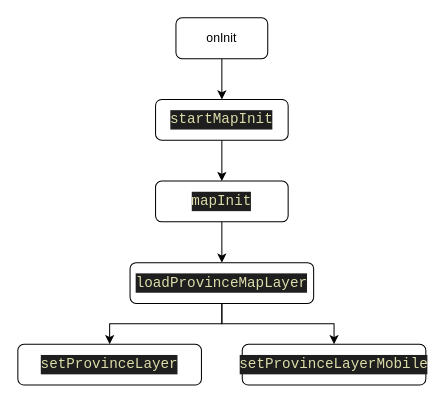
mitgaming/drawio keeps this draw.io diagram as province-mode.drawio. Above is the earlier version. Source tidied: cells renumbered, new cells numbered last; positions are measured from the earlier drawing's top-left corner, leaving out a move shared by most shapes. Both pictures are drawn from the tidied source at 102%, with x=0, y=0 at pixel (17, 17).
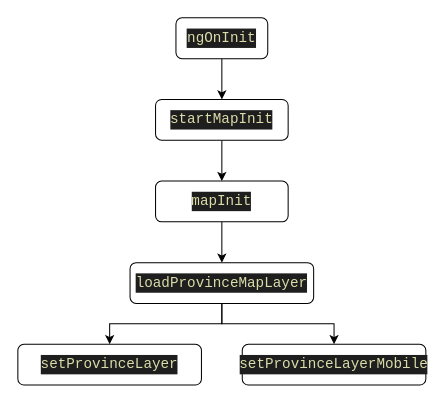
The same diagram, later.

Commit message (it also covers changes not shown here):
Cập nhật province-mode.drawio

Change to the diagram source:
```diff
@@
 <mxGraphModel>
   <root>
     <mxCell id="0" />
     <mxCell id="1" parent="0" />
     <mxCell id="2" style="edgeStyle=orthogonalEdgeStyle;rounded=0;jettySize=auto;html=1;entryX=0.5;entryY=0;entryDx=0;entryDy=0;" parent="1" edge="1" source="3" target="5">
       <mxGeometry relative="1" as="geometry" />
     </mxCell>
-    <mxCell id="3" value="onInit" style="rounded=1;whiteSpace=wrap;html=1;" parent="1" vertex="1">
+    <mxCell id="3" value="&lt;div style=&quot;color: rgb(212 , 212 , 212) ; background-color: rgb(30 , 30 , 30) ; font-family: &amp;#34;consolas&amp;#34; , &amp;#34;courier new&amp;#34; , monospace ; font-size: 14px ; line-height: 19px&quot;&gt;&lt;span style=&quot;color: #dcdcaa&quot;&gt;ngOnInit&lt;/span&gt;&lt;/div&gt;" style="rounded=1;whiteSpace=wrap;html=1;" parent="1" vertex="1">
       <mxGeometry x="155" width="90" height="40" as="geometry" />
     </mxCell>
     <mxCell id="4" style="edgeStyle=orthogonalEdgeStyle;rounded=0;jettySize=auto;html=1;entryX=0.5;entryY=0;entryDx=0;entryDy=0;" parent="1" edge="1" source="5" target="7">
       <mxGeometry relative="1" as="geometry" />
     </mxCell>
     <mxCell id="5" value="&lt;div style=&quot;color: rgb(212 , 212 , 212) ; background-color: rgb(30 , 30 , 30) ; font-family: &amp;#34;consolas&amp;#34; , &amp;#34;courier new&amp;#34; , monospace ; font-size: 14px ; line-height: 19px&quot;&gt;&lt;span style=&quot;color: #dcdcaa&quot;&gt;startMapInit&lt;/span&gt;&lt;/div&gt;" style="rounded=1;whiteSpace=wrap;html=1;" parent="1" vertex="1">
       <mxGeometry x="135" y="80" width="130" height="40" as="geometry" />
     </mxCell>
     <mxCell id="6" style="edgeStyle=orthogonalEdgeStyle;rounded=0;jettySize=auto;html=1;entryX=0.5;entryY=0;entryDx=0;entryDy=0;" parent="1" edge="1" source="7" target="10">
       <mxGeometry relative="1" as="geometry" />
     </mxCell>
     <mxCell id="7" value="&lt;div style=&quot;color: rgb(212 , 212 , 212) ; background-color: rgb(30 , 30 , 30) ; font-family: &amp;#34;consolas&amp;#34; , &amp;#34;courier new&amp;#34; , monospace ; font-size: 14px ; line-height: 19px&quot;&gt;&lt;div style=&quot;font-family: &amp;#34;consolas&amp;#34; , &amp;#34;courier new&amp;#34; , monospace ; line-height: 19px&quot;&gt;&lt;span style=&quot;color: #dcdcaa&quot;&gt;mapInit&lt;/span&gt;&lt;/div&gt;&lt;/div&gt;" style="rounded=1;whiteSpace=wrap;html=1;" parent="1" vertex="1">
       <mxGeometry x="135" y="160" width="130" height="40" as="geometry" />
     </mxCell>
     <mxCell id="8" style="edgeStyle=orthogonalEdgeStyle;rounded=0;jettySize=auto;html=1;entryX=0.5;entryY=0;entryDx=0;entryDy=0;" parent="1" edge="1" source="10" target="11">
       <mxGeometry relative="1" as="geometry" />
     </mxCell>
     <mxCell id="9" style="edgeStyle=orthogonalEdgeStyle;rounded=0;jettySize=auto;html=1;" parent="1" edge="1" source="10" target="12">
       <mxGeometry relative="1" as="geometry" />
     </mxCell>
     <mxCell id="10" value="&lt;div style=&quot;color: rgb(212 , 212 , 212) ; background-color: rgb(30 , 30 , 30) ; font-family: &amp;#34;consolas&amp;#34; , &amp;#34;courier new&amp;#34; , monospace ; font-size: 14px ; line-height: 19px&quot;&gt;&lt;div style=&quot;font-family: &amp;#34;consolas&amp;#34; , &amp;#34;courier new&amp;#34; , monospace ; line-height: 19px&quot;&gt;&lt;div style=&quot;font-family: &amp;#34;consolas&amp;#34; , &amp;#34;courier new&amp;#34; , monospace ; line-height: 19px&quot;&gt;&lt;span style=&quot;color: #dcdcaa&quot;&gt;loadProvinceMapLayer&lt;/span&gt;&lt;/div&gt;&lt;/div&gt;&lt;/div&gt;" style="rounded=1;whiteSpace=wrap;html=1;" parent="1" vertex="1">
       <mxGeometry x="110" y="240" width="180" height="40" as="geometry" />
     </mxCell>
     <mxCell id="11" value="&lt;div style=&quot;color: rgb(212 , 212 , 212) ; background-color: rgb(30 , 30 , 30) ; font-family: &amp;#34;consolas&amp;#34; , &amp;#34;courier new&amp;#34; , monospace ; font-size: 14px ; line-height: 19px&quot;&gt;&lt;div style=&quot;font-family: &amp;#34;consolas&amp;#34; , &amp;#34;courier new&amp;#34; , monospace ; line-height: 19px&quot;&gt;&lt;div style=&quot;font-family: &amp;#34;consolas&amp;#34; , &amp;#34;courier new&amp;#34; , monospace ; line-height: 19px&quot;&gt;&lt;div style=&quot;font-family: &amp;#34;consolas&amp;#34; , &amp;#34;courier new&amp;#34; , monospace ; line-height: 19px&quot;&gt;&lt;span style=&quot;color: #dcdcaa&quot;&gt;setProvinceLayer&lt;/span&gt;&lt;/div&gt;&lt;/div&gt;&lt;/div&gt;&lt;/div&gt;" style="rounded=1;whiteSpace=wrap;html=1;" parent="1" vertex="1">
       <mxGeometry y="320" width="180" height="40" as="geometry" />
     </mxCell>
     <mxCell id="12" value="&lt;div style=&quot;color: rgb(212 , 212 , 212) ; background-color: rgb(30 , 30 , 30) ; font-family: &amp;#34;consolas&amp;#34; , &amp;#34;courier new&amp;#34; , monospace ; font-size: 14px ; line-height: 19px&quot;&gt;&lt;div style=&quot;font-family: &amp;#34;consolas&amp;#34; , &amp;#34;courier new&amp;#34; , monospace ; line-height: 19px&quot;&gt;&lt;div style=&quot;font-family: &amp;#34;consolas&amp;#34; , &amp;#34;courier new&amp;#34; , monospace ; line-height: 19px&quot;&gt;&lt;div style=&quot;font-family: &amp;#34;consolas&amp;#34; , &amp;#34;courier new&amp;#34; , monospace ; line-height: 19px&quot;&gt;&lt;div style=&quot;font-family: &amp;#34;consolas&amp;#34; , &amp;#34;courier new&amp;#34; , monospace ; line-height: 19px&quot;&gt;&lt;span style=&quot;color: #dcdcaa&quot;&gt;setProvinceLayerMobile&lt;/span&gt;&lt;/div&gt;&lt;/div&gt;&lt;/div&gt;&lt;/div&gt;&lt;/div&gt;" style="rounded=1;whiteSpace=wrap;html=1;" parent="1" vertex="1">
       <mxGeometry x="220" y="320" width="180" height="40" as="geometry" />
     </mxCell>
   </root>
 </mxGraphModel>
```
